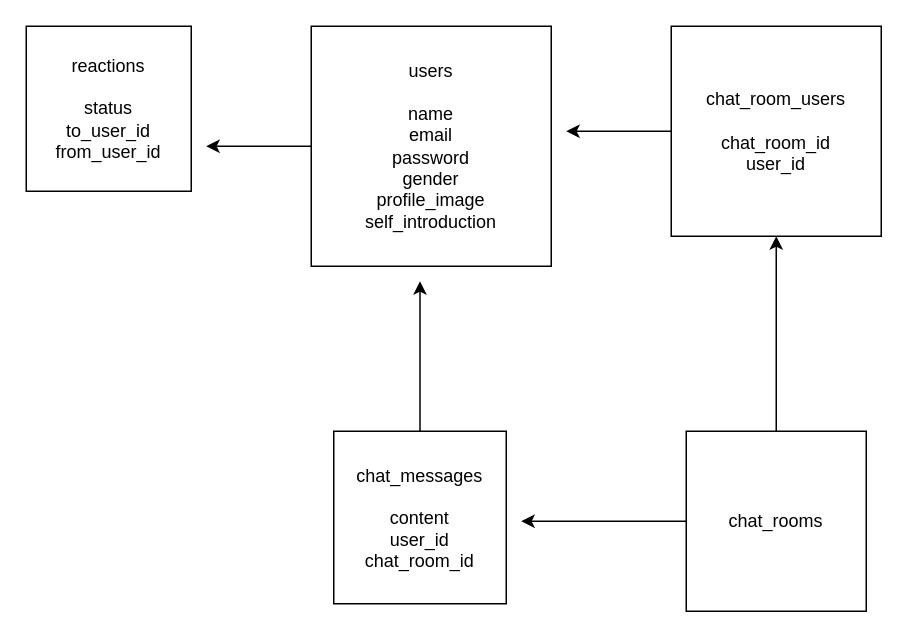
The draw.io diagram ER.dio in pochi13/company, before the edit. Source tidied: cells renumbered, new cells numbered last; positions are measured from the earlier drawing's top-left corner, leaving out a move shared by most shapes. Both pictures are drawn from the tidied source at 150%, with x=0, y=0 at pixel (26, 26).
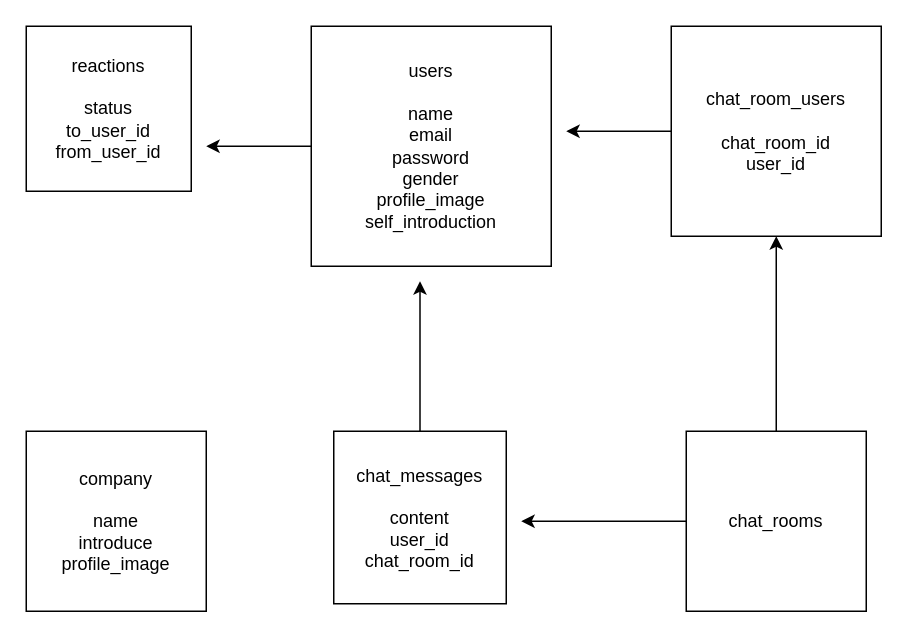
Above is the later version.

What changed in the source:
```diff
@@
 <mxGraphModel>
   <root>
     <mxCell id="0" />
     <mxCell id="1" parent="0" />
     <mxCell id="2" value="reactions&lt;br&gt;&lt;br&gt;status&lt;br&gt;to_user_id&lt;br&gt;from_user_id" style="whiteSpace=wrap;html=1;" parent="1" vertex="1">
       <mxGeometry width="110" height="110" as="geometry" />
     </mxCell>
     <mxCell id="3" style="edgeStyle=orthogonalEdgeStyle;rounded=0;jettySize=auto;html=1;" parent="1" edge="1" source="4">
       <mxGeometry relative="1" as="geometry">
         <mxPoint x="120" y="80" as="targetPoint" />
       </mxGeometry>
     </mxCell>
     <mxCell id="4" value="users&lt;br&gt;&lt;br&gt;name&lt;br&gt;email&lt;br&gt;password&lt;br&gt;gender&lt;br&gt;profile_image&lt;br&gt;self_introduction" style="whiteSpace=wrap;html=1;" parent="1" vertex="1">
       <mxGeometry x="190" width="160" height="160" as="geometry" />
     </mxCell>
     <mxCell id="5" style="edgeStyle=orthogonalEdgeStyle;rounded=0;jettySize=auto;html=1;" parent="1" edge="1" source="6">
       <mxGeometry relative="1" as="geometry">
         <mxPoint x="360" y="70" as="targetPoint" />
       </mxGeometry>
     </mxCell>
     <mxCell id="6" value="chat_room_users&lt;br&gt;&lt;br&gt;chat_room_id&lt;br&gt;user_id&lt;br&gt;" style="whiteSpace=wrap;html=1;" parent="1" vertex="1">
       <mxGeometry x="430" width="140" height="140" as="geometry" />
     </mxCell>
     <mxCell id="7" style="edgeStyle=orthogonalEdgeStyle;rounded=0;jettySize=auto;html=1;exitX=0;exitY=0.5;exitDx=0;exitDy=0;" parent="1" edge="1" source="9">
       <mxGeometry relative="1" as="geometry">
         <mxPoint x="330" y="330" as="targetPoint" />
       </mxGeometry>
     </mxCell>
     <mxCell id="8" style="edgeStyle=orthogonalEdgeStyle;rounded=0;jettySize=auto;html=1;exitX=0.5;exitY=0;exitDx=0;exitDy=0;" parent="1" edge="1" source="9">
       <mxGeometry relative="1" as="geometry">
         <mxPoint x="500" y="140" as="targetPoint" />
       </mxGeometry>
     </mxCell>
     <mxCell id="9" value="chat_rooms" style="whiteSpace=wrap;html=1;" parent="1" vertex="1">
       <mxGeometry x="440" y="270" width="120" height="120" as="geometry" />
     </mxCell>
     <mxCell id="10" style="edgeStyle=orthogonalEdgeStyle;rounded=0;jettySize=auto;html=1;" parent="1" edge="1" source="11">
       <mxGeometry relative="1" as="geometry">
         <mxPoint x="262.5" y="170" as="targetPoint" />
       </mxGeometry>
     </mxCell>
     <mxCell id="11" value="chat_messages&lt;br&gt;&lt;br&gt;content&lt;br&gt;user_id&lt;br&gt;chat_room_id" style="whiteSpace=wrap;html=1;" parent="1" vertex="1">
       <mxGeometry x="205" y="270" width="115" height="115" as="geometry" />
     </mxCell>
+    <mxCell id="12" value="company&lt;br&gt;&lt;br&gt;name&lt;br&gt;introduce&lt;br&gt;profile_image" style="whiteSpace=wrap;html=1;" parent="1" vertex="1">
+      <mxGeometry y="270" width="120" height="120" as="geometry" />
+    </mxCell>
   </root>
 </mxGraphModel>
```
